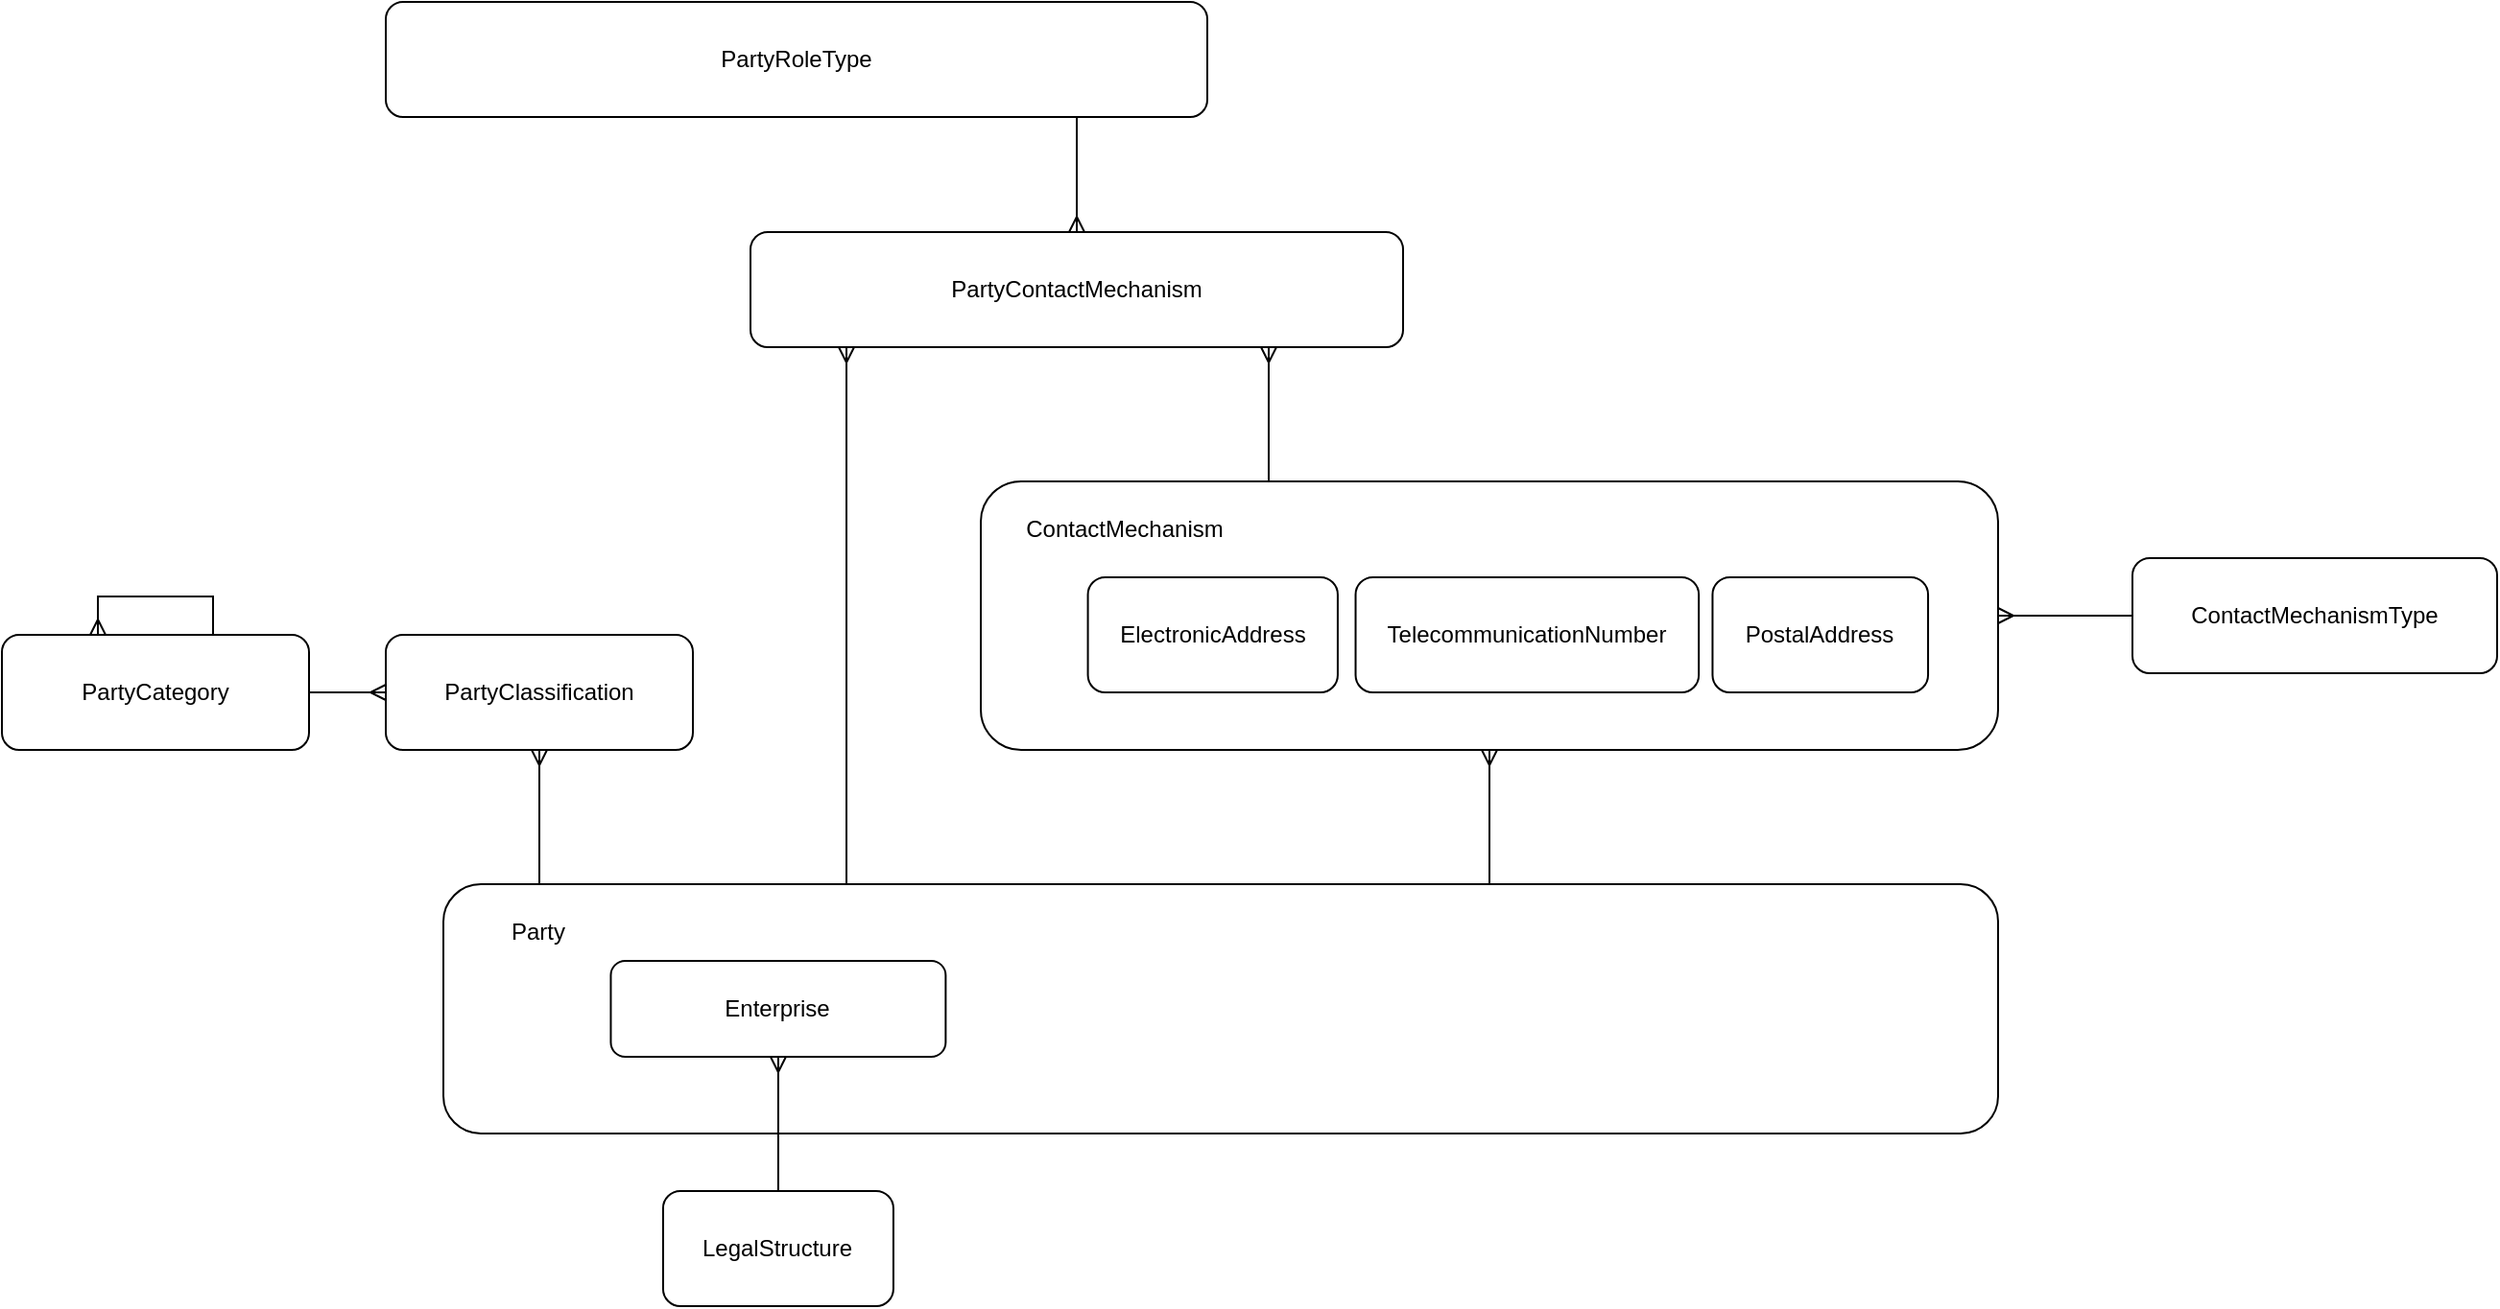
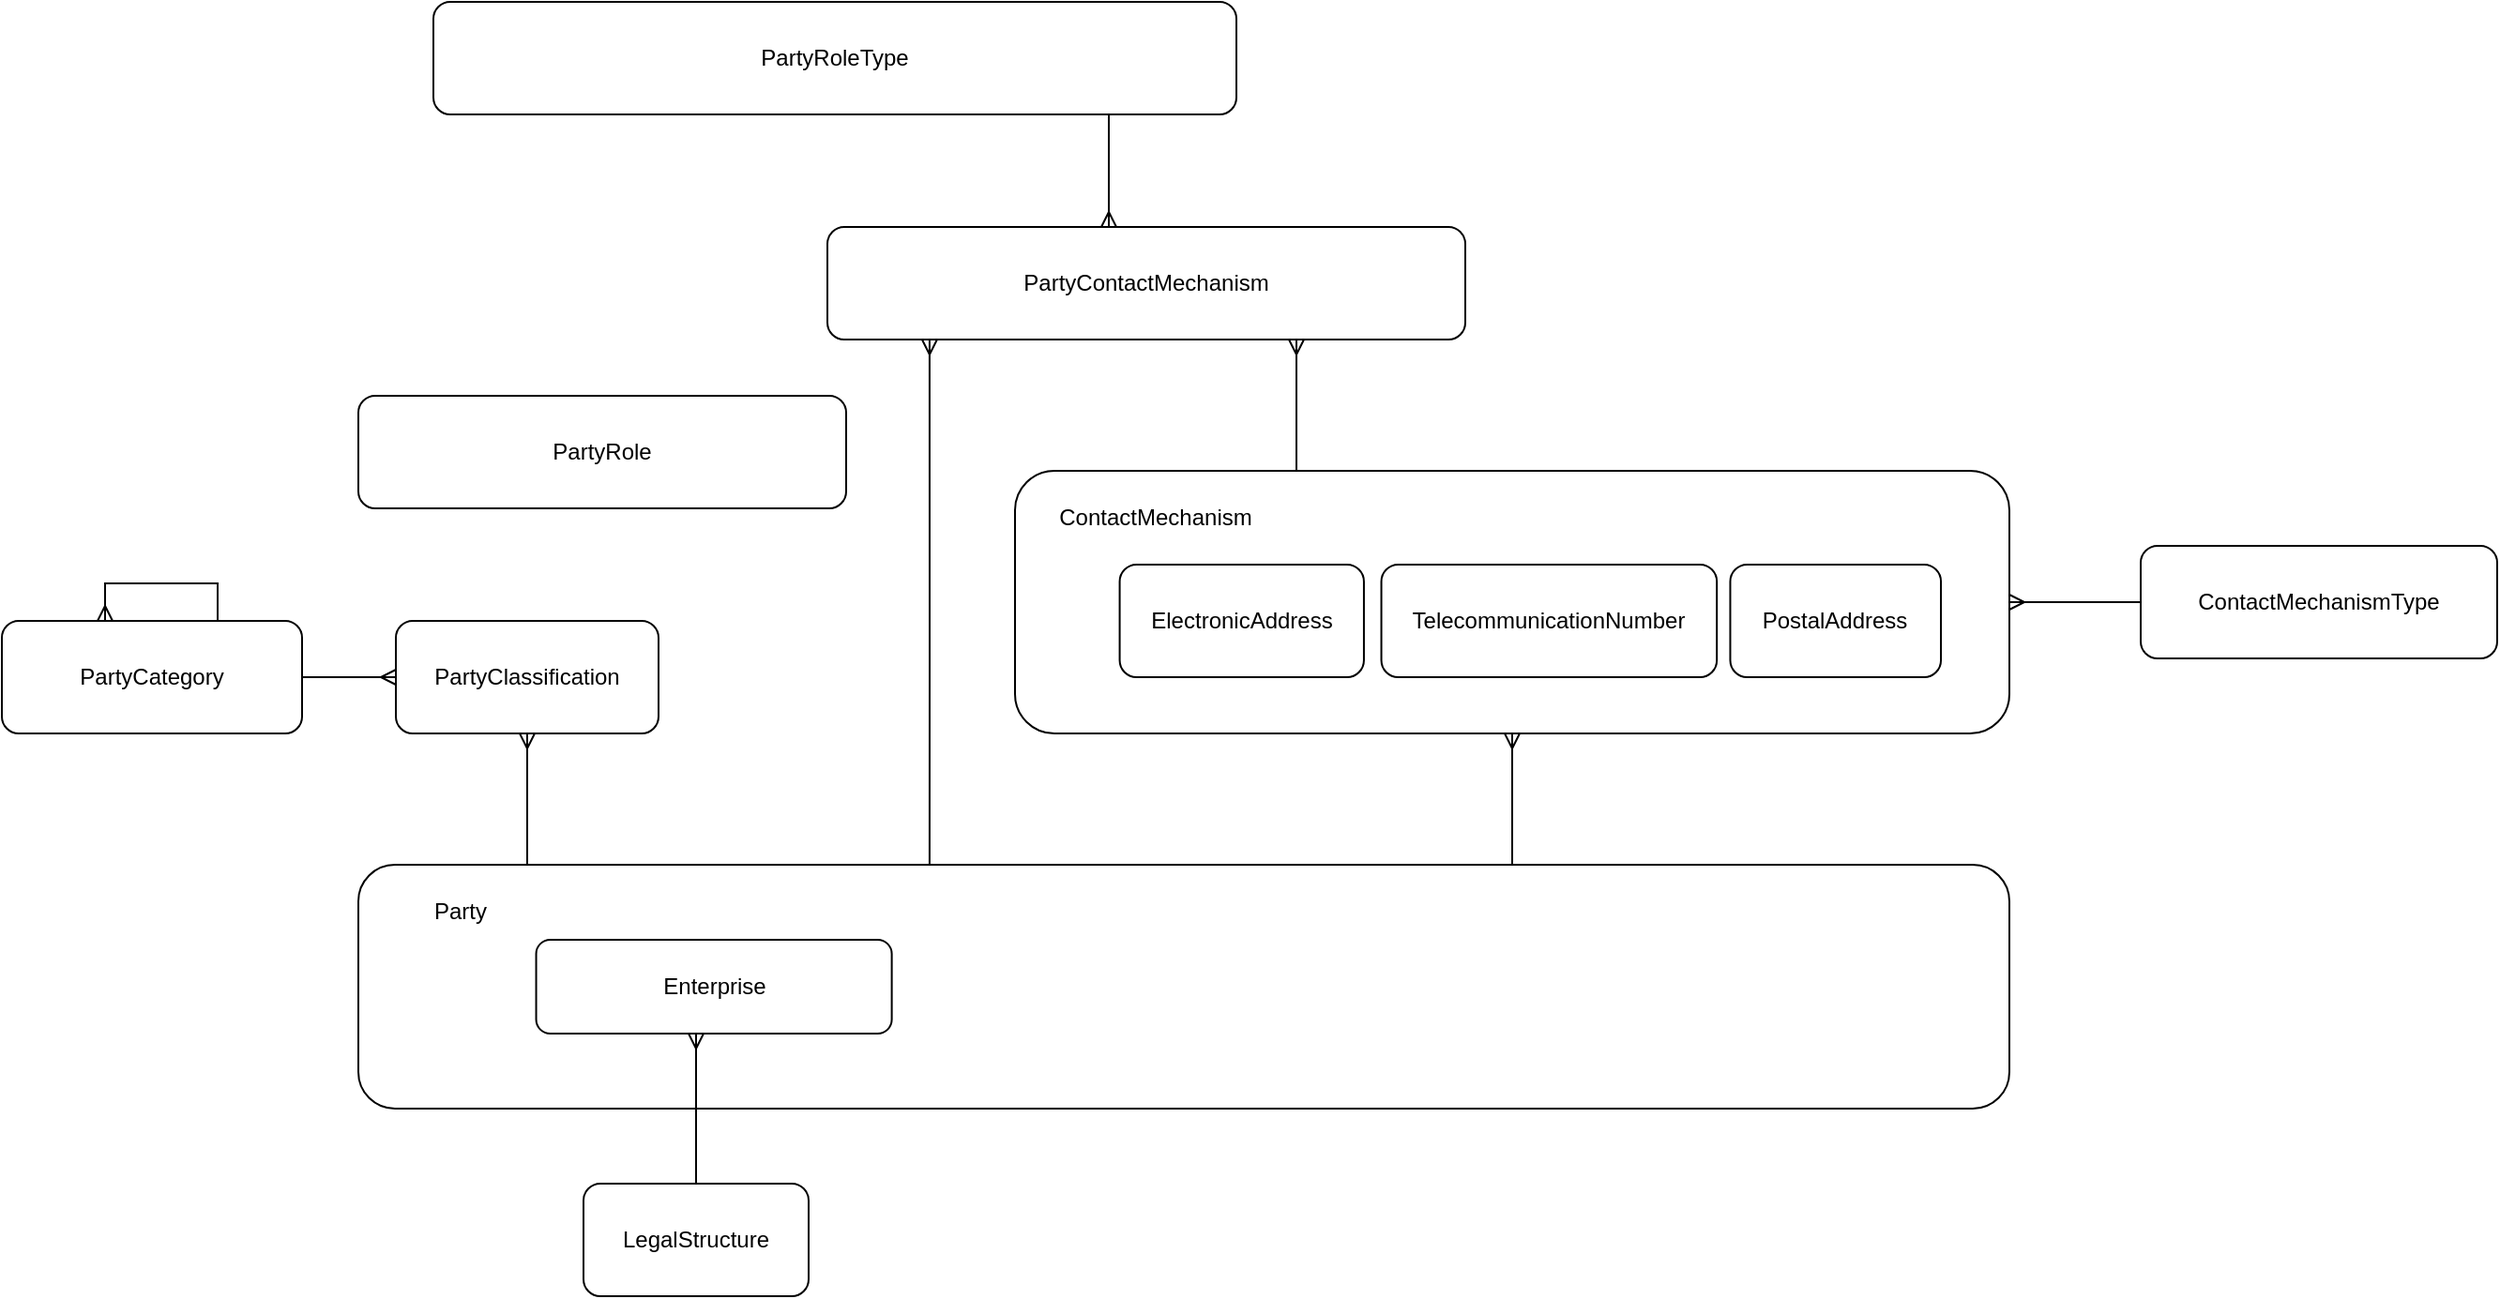
<mxfile host="app.diagrams.net" agent="Mozilla/5.0 (Windows NT 10.0; Win64; x64) AppleWebKit/537.36 (KHTML, like Gecko) Chrome/141.0.0.0 Safari/537.36" version="28.2.9">
  <diagram name="Page-1" id="d0nJ6Fx9cUZLMqGtfM0H">
-     <mxGraphModel dx="2357" dy="1832" grid="1" gridSize="10" guides="1" tooltips="1" connect="1" arrows="1" fold="1" page="1" pageScale="1" pageWidth="850" pageHeight="1100" math="0" shadow="0">
+     <mxGraphModel dx="1918" dy="1618" grid="1" gridSize="10" guides="1" tooltips="1" connect="1" arrows="1" fold="1" page="1" pageScale="1" pageWidth="850" pageHeight="1100" math="0" shadow="0">
      <root>
        <mxCell id="0" />
        <mxCell id="1" parent="0" />
        <mxCell id="tdPrWEJd15tEannaNgth-4" style="edgeStyle=orthogonalEdgeStyle;rounded=0;orthogonalLoop=1;jettySize=auto;html=1;startArrow=ERmany;startFill=0;endArrow=none;endFill=0;" edge="1" parent="1" source="tdPrWEJd15tEannaNgth-2" target="tdPrWEJd15tEannaNgth-3">
          <mxGeometry relative="1" as="geometry" />
        </mxCell>
        <mxCell id="tdPrWEJd15tEannaNgth-3" value="ContactMechanismType" style="rounded=1;whiteSpace=wrap;html=1;" vertex="1" parent="1">
          <mxGeometry x="600" y="240" width="190" height="60" as="geometry" />
        </mxCell>
        <mxCell id="tdPrWEJd15tEannaNgth-13" value="PartyRoleType" style="rounded=1;whiteSpace=wrap;html=1;" vertex="1" parent="1">
          <mxGeometry x="-310" y="-50" width="428" height="60" as="geometry" />
        </mxCell>
        <mxCell id="tdPrWEJd15tEannaNgth-14" style="edgeStyle=orthogonalEdgeStyle;rounded=0;orthogonalLoop=1;jettySize=auto;html=1;startArrow=ERmany;startFill=0;endArrow=none;endFill=0;" edge="1" parent="1" source="tdPrWEJd15tEannaNgth-15" target="tdPrWEJd15tEannaNgth-13">
          <mxGeometry relative="1" as="geometry">
            <mxPoint x="730" y="420" as="sourcePoint" />
            <mxPoint x="730" y="340" as="targetPoint" />
            <Array as="points">
              <mxPoint x="50" y="20" />
              <mxPoint x="50" y="20" />
            </Array>
          </mxGeometry>
        </mxCell>
        <mxCell id="tdPrWEJd15tEannaNgth-15" value="PartyContactMechanism" style="rounded=1;whiteSpace=wrap;html=1;" vertex="1" parent="1">
-           <mxGeometry x="-120" y="70" width="340" height="60" as="geometry" />
+           <mxGeometry x="-100" y="70" width="340" height="60" as="geometry" />
        </mxCell>
-         <mxCell id="tdPrWEJd15tEannaNgth-18" style="edgeStyle=orthogonalEdgeStyle;rounded=0;orthogonalLoop=1;jettySize=auto;html=1;startArrow=ERmany;startFill=0;endArrow=none;endFill=0;" edge="1" parent="1" source="tdPrWEJd15tEannaNgth-15" target="tdPrWEJd15tEannaNgth-1">
+         <mxCell id="tdPrWEJd15tEannaNgth-18" style="edgeStyle=orthogonalEdgeStyle;rounded=0;orthogonalLoop=1;jettySize=auto;html=1;startArrow=ERmany;startFill=0;endArrow=none;endFill=0;" edge="1" parent="1">
          <mxGeometry relative="1" as="geometry">
-             <mxPoint x="140" y="250" as="sourcePoint" />
-             <mxPoint x="-10" y="250" as="targetPoint" />
+             <mxPoint x="-45.54117647058829" y="130" as="sourcePoint" />
+             <mxPoint x="-45.54117647058829" y="410" as="targetPoint" />
            <Array as="points">
-               <mxPoint x="-70" y="300" />
-               <mxPoint x="-70" y="300" />
+               <mxPoint x="-45.6" y="300" />
+               <mxPoint x="-45.6" y="300" />
            </Array>
          </mxGeometry>
        </mxCell>
        <mxCell id="tdPrWEJd15tEannaNgth-19" value="" style="group" vertex="1" connectable="0" parent="1">
          <mxGeometry y="200" width="530" height="140" as="geometry" />
        </mxCell>
        <mxCell id="tdPrWEJd15tEannaNgth-2" value="" style="rounded=1;whiteSpace=wrap;html=1;" vertex="1" parent="tdPrWEJd15tEannaNgth-19">
          <mxGeometry width="530" height="140" as="geometry" />
        </mxCell>
        <mxCell id="tdPrWEJd15tEannaNgth-5" value="ElectronicAddress" style="rounded=1;whiteSpace=wrap;html=1;" vertex="1" parent="tdPrWEJd15tEannaNgth-19">
          <mxGeometry x="55.78947368421052" y="50" width="130.17543859649123" height="60" as="geometry" />
        </mxCell>
        <mxCell id="tdPrWEJd15tEannaNgth-6" value="TelecommunicationNumber" style="rounded=1;whiteSpace=wrap;html=1;" vertex="1" parent="tdPrWEJd15tEannaNgth-19">
          <mxGeometry x="195.26315789473682" y="50" width="178.81456140350878" height="60" as="geometry" />
        </mxCell>
        <mxCell id="tdPrWEJd15tEannaNgth-7" value="ContactMechanism" style="text;html=1;whiteSpace=wrap;strokeColor=none;fillColor=none;align=center;verticalAlign=middle;rounded=0;" vertex="1" parent="tdPrWEJd15tEannaNgth-19">
          <mxGeometry x="27.896882591093107" y="10" width="94.41295546558705" height="30" as="geometry" />
        </mxCell>
        <mxCell id="tdPrWEJd15tEannaNgth-8" value="PostalAddress" style="rounded=1;whiteSpace=wrap;html=1;" vertex="1" parent="tdPrWEJd15tEannaNgth-19">
          <mxGeometry x="381.2280701754386" y="50" width="112.29491228070175" height="60" as="geometry" />
        </mxCell>
        <mxCell id="tdPrWEJd15tEannaNgth-20" style="edgeStyle=orthogonalEdgeStyle;rounded=0;orthogonalLoop=1;jettySize=auto;html=1;startArrow=ERmany;startFill=0;endArrow=none;endFill=0;" edge="1" parent="1" source="tdPrWEJd15tEannaNgth-15" target="tdPrWEJd15tEannaNgth-2">
          <mxGeometry relative="1" as="geometry">
            <mxPoint x="370" y="120" as="sourcePoint" />
            <mxPoint x="370" y="430" as="targetPoint" />
            <Array as="points">
              <mxPoint x="150" y="160" />
              <mxPoint x="150" y="160" />
            </Array>
          </mxGeometry>
        </mxCell>
        <mxCell id="tdPrWEJd15tEannaNgth-21" style="edgeStyle=orthogonalEdgeStyle;rounded=0;orthogonalLoop=1;jettySize=auto;html=1;startArrow=ERmany;startFill=0;endArrow=none;endFill=0;" edge="1" parent="1" source="tdPrWEJd15tEannaNgth-2" target="tdPrWEJd15tEannaNgth-1">
          <mxGeometry relative="1" as="geometry">
            <mxPoint x="240" y="400" as="sourcePoint" />
            <mxPoint x="240" y="470" as="targetPoint" />
            <Array as="points">
              <mxPoint x="305" y="420" />
              <mxPoint x="305" y="420" />
            </Array>
          </mxGeometry>
        </mxCell>
        <mxCell id="tdPrWEJd15tEannaNgth-22" value="LegalStructure" style="rounded=1;whiteSpace=wrap;html=1;" vertex="1" parent="1">
-           <mxGeometry x="-165.54" y="570" width="120" height="60" as="geometry" />
+           <mxGeometry x="-230" y="580" width="120" height="60" as="geometry" />
        </mxCell>
        <mxCell id="tdPrWEJd15tEannaNgth-25" value="" style="group" vertex="1" connectable="0" parent="1">
-           <mxGeometry x="-280" y="410" width="810" height="130" as="geometry" />
+           <mxGeometry x="-350" y="410" width="880" height="130" as="geometry" />
        </mxCell>
        <mxCell id="tdPrWEJd15tEannaNgth-1" value="" style="rounded=1;whiteSpace=wrap;html=1;" vertex="1" parent="tdPrWEJd15tEannaNgth-25">
-           <mxGeometry width="810.0000000000001" height="130" as="geometry" />
+           <mxGeometry width="880.0000000000001" height="130" as="geometry" />
        </mxCell>
        <mxCell id="tdPrWEJd15tEannaNgth-9" value="Party" style="text;html=1;whiteSpace=wrap;strokeColor=none;fillColor=none;align=center;verticalAlign=middle;rounded=0;" vertex="1" parent="tdPrWEJd15tEannaNgth-25">
-           <mxGeometry x="12.461538461538463" y="10" width="74.76923076923077" height="30" as="geometry" />
+           <mxGeometry x="13.53846153846154" y="10" width="81.23076923076923" height="30" as="geometry" />
        </mxCell>
        <mxCell id="tdPrWEJd15tEannaNgth-17" value="Enterprise" style="rounded=1;whiteSpace=wrap;html=1;" vertex="1" parent="tdPrWEJd15tEannaNgth-25">
-           <mxGeometry x="87.23076923076923" y="40" width="174.46153846153845" height="50" as="geometry" />
+           <mxGeometry x="94.76923076923076" y="40" width="189.53846153846152" height="50" as="geometry" />
        </mxCell>
        <mxCell id="tdPrWEJd15tEannaNgth-27" value="PartyClassification" style="rounded=1;whiteSpace=wrap;html=1;" vertex="1" parent="1">
-           <mxGeometry x="-310" y="280" width="160" height="60" as="geometry" />
+           <mxGeometry x="-330" y="280" width="140" height="60" as="geometry" />
        </mxCell>
        <mxCell id="tdPrWEJd15tEannaNgth-28" value="PartyCategory" style="rounded=1;whiteSpace=wrap;html=1;" vertex="1" parent="1">
-           <mxGeometry x="-510" y="280" width="160" height="60" as="geometry" />
+           <mxGeometry x="-540" y="280" width="160" height="60" as="geometry" />
        </mxCell>
        <mxCell id="tdPrWEJd15tEannaNgth-31" style="edgeStyle=orthogonalEdgeStyle;rounded=0;orthogonalLoop=1;jettySize=auto;html=1;startArrow=ERmany;startFill=0;endArrow=none;endFill=0;" edge="1" parent="1" source="tdPrWEJd15tEannaNgth-27" target="tdPrWEJd15tEannaNgth-1">
          <mxGeometry relative="1" as="geometry">
            <mxPoint x="-260" y="180" as="sourcePoint" />
            <mxPoint x="-260" y="250" as="targetPoint" />
            <Array as="points">
-               <mxPoint x="-230" y="370" />
-               <mxPoint x="-230" y="370" />
+               <mxPoint x="-260" y="370" />
+               <mxPoint x="-260" y="370" />
            </Array>
          </mxGeometry>
        </mxCell>
        <mxCell id="tdPrWEJd15tEannaNgth-32" style="edgeStyle=orthogonalEdgeStyle;rounded=0;orthogonalLoop=1;jettySize=auto;html=1;startArrow=ERmany;startFill=0;endArrow=none;endFill=0;" edge="1" parent="1" source="tdPrWEJd15tEannaNgth-27" target="tdPrWEJd15tEannaNgth-28">
          <mxGeometry relative="1" as="geometry">
            <mxPoint x="-230" y="200" as="sourcePoint" />
            <mxPoint x="-230" y="270" as="targetPoint" />
            <Array as="points" />
          </mxGeometry>
        </mxCell>
-         <mxCell id="tdPrWEJd15tEannaNgth-33" style="edgeStyle=orthogonalEdgeStyle;rounded=0;orthogonalLoop=1;jettySize=auto;html=1;startArrow=ERmany;startFill=0;endArrow=none;endFill=0;" edge="1" parent="1" source="tdPrWEJd15tEannaNgth-28" target="tdPrWEJd15tEannaNgth-28">
+         <mxCell id="tdPrWEJd15tEannaNgth-33" style="edgeStyle=orthogonalEdgeStyle;rounded=0;orthogonalLoop=1;jettySize=auto;html=1;startArrow=ERmany;startFill=0;endArrow=none;endFill=0;" edge="1" parent="1">
          <mxGeometry relative="1" as="geometry">
-             <mxPoint x="-370" y="440" as="sourcePoint" />
-             <mxPoint x="-460" y="440" as="targetPoint" />
+             <mxPoint x="-485" y="280" as="sourcePoint" />
+             <mxPoint x="-425" y="280" as="targetPoint" />
            <Array as="points">
-               <mxPoint x="-460" y="260" />
-               <mxPoint x="-400" y="260" />
+               <mxPoint x="-485" y="260" />
+               <mxPoint x="-425" y="260" />
            </Array>
          </mxGeometry>
        </mxCell>
        <mxCell id="tdPrWEJd15tEannaNgth-34" style="edgeStyle=orthogonalEdgeStyle;rounded=0;orthogonalLoop=1;jettySize=auto;html=1;startArrow=ERmany;startFill=0;endArrow=none;endFill=0;" edge="1" parent="1" source="tdPrWEJd15tEannaNgth-17" target="tdPrWEJd15tEannaNgth-22">
          <mxGeometry relative="1" as="geometry">
            <mxPoint x="-160" y="580" as="sourcePoint" />
            <mxPoint x="-160" y="650" as="targetPoint" />
            <Array as="points">
-               <mxPoint x="-80" y="620" />
+               <mxPoint x="-170" y="550" />
+               <mxPoint x="-170" y="550" />
            </Array>
          </mxGeometry>
+         </mxCell>
+         <mxCell id="tdPrWEJd15tEannaNgth-35" value="PartyRole" style="rounded=1;whiteSpace=wrap;html=1;" vertex="1" parent="1">
+           <mxGeometry x="-350" y="160" width="260" height="60" as="geometry" />
        </mxCell>
      </root>
    </mxGraphModel>
  </diagram>
</mxfile>
